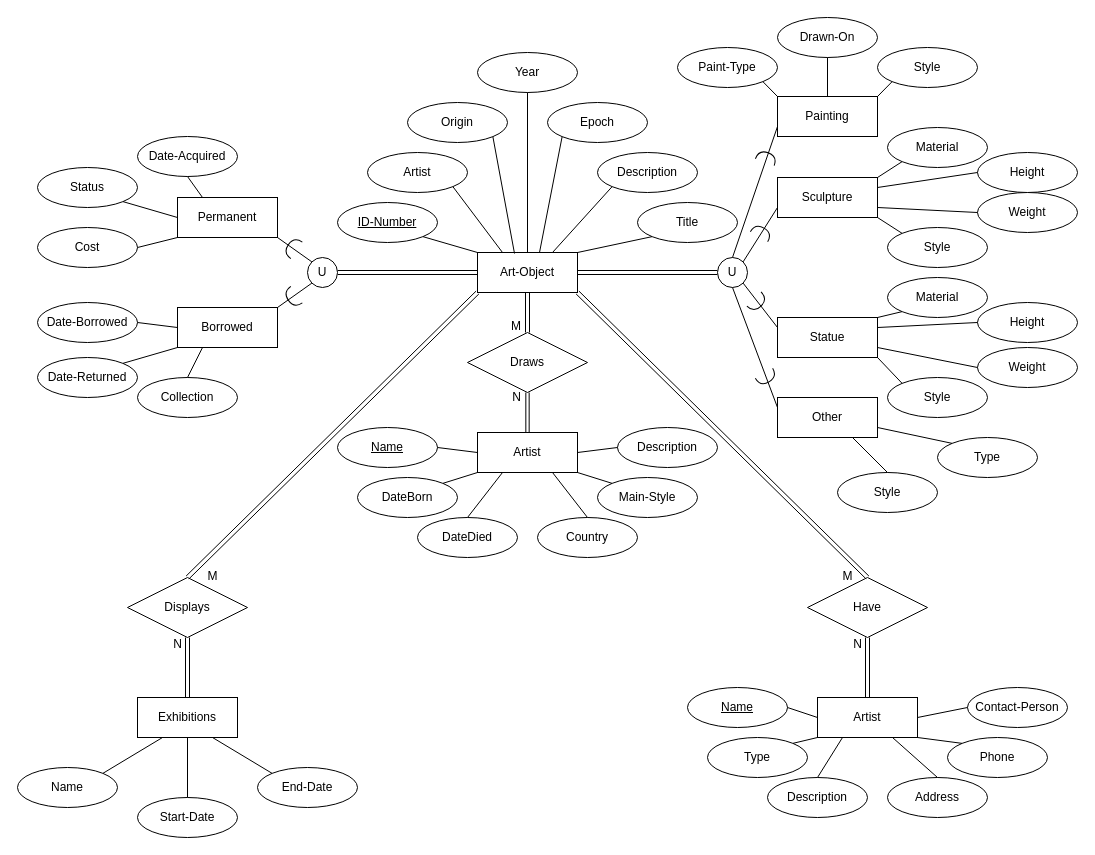
Before: Data-Base Design/Musuem.drawio in Maan-Khedr-ENSF-300/museum-project-simba, a draw.io diagram. Source tidied: cells renumbered, new cells numbered last; positions are measured from the earlier drawing's top-left corner, leaving out a move shared by most shapes. Both pictures are drawn from the tidied source at 100%, with x=0, y=0 at pixel (17, 17).
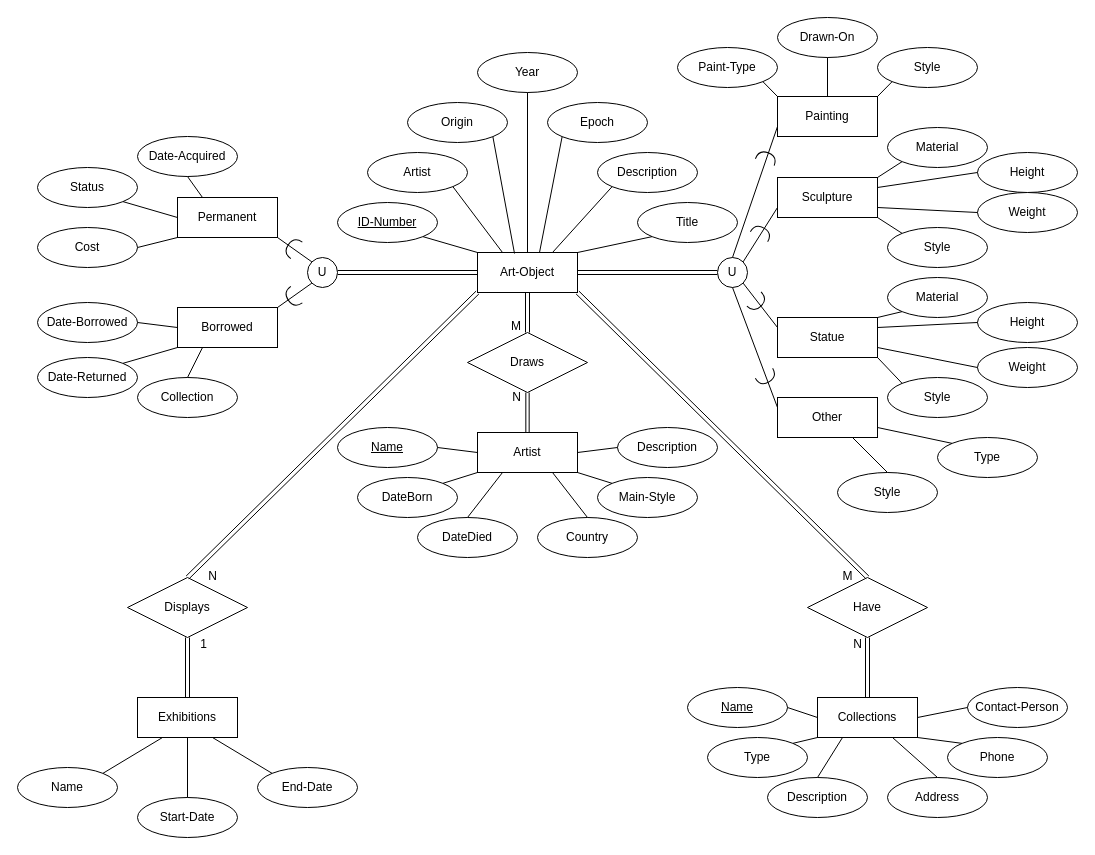
The same diagram, later.

Unchanged cells that the change refers to:
```xml
<mxCell id="117" style="shape=link;html=1;rounded=0;entryX=0.5;entryY=1;entryDx=0;entryDy=0;exitX=0.5;exitY=0;exitDx=0;exitDy=0;" parent="1" edge="1" source="101" target="97">
  <mxGeometry relative="1" as="geometry" />
</mxCell>
```

What changed in the source:
```diff
@@
-    <mxCell id="100" value="M" style="text;html=1;align=center;verticalAlign=middle;strokeColor=none;fillColor=none;" parent="1" vertex="1">
+    <mxCell id="100" value="N" style="text;html=1;align=center;verticalAlign=middle;strokeColor=none;fillColor=none;" parent="1" vertex="1">
       <mxGeometry x="180" y="544" width="30" height="30" as="geometry" />
     </mxCell>
@@
-    <mxCell id="102" value="Artist" style="whiteSpace=wrap;html=1;align=center;" parent="1" vertex="1">
+    <mxCell id="102" value="Collections" style="whiteSpace=wrap;html=1;align=center;" parent="1" vertex="1">
       <mxGeometry x="800" y="680" width="100" height="40" as="geometry" />
     </mxCell>
@@
-    <mxCell id="118" value="N" style="html=1;align=right;verticalAlign=bottom;" parent="117" vertex="1">
+    <mxCell id="118" value="1" style="html=1;align=right;verticalAlign=bottom;" parent="117" vertex="1">
       <mxGeometry x="1" relative="1" as="geometry">
-        <mxPoint x="-5" y="15" as="offset" />
+        <mxPoint x="20" y="15" as="offset" />
       </mxGeometry>
     </mxCell>
```
